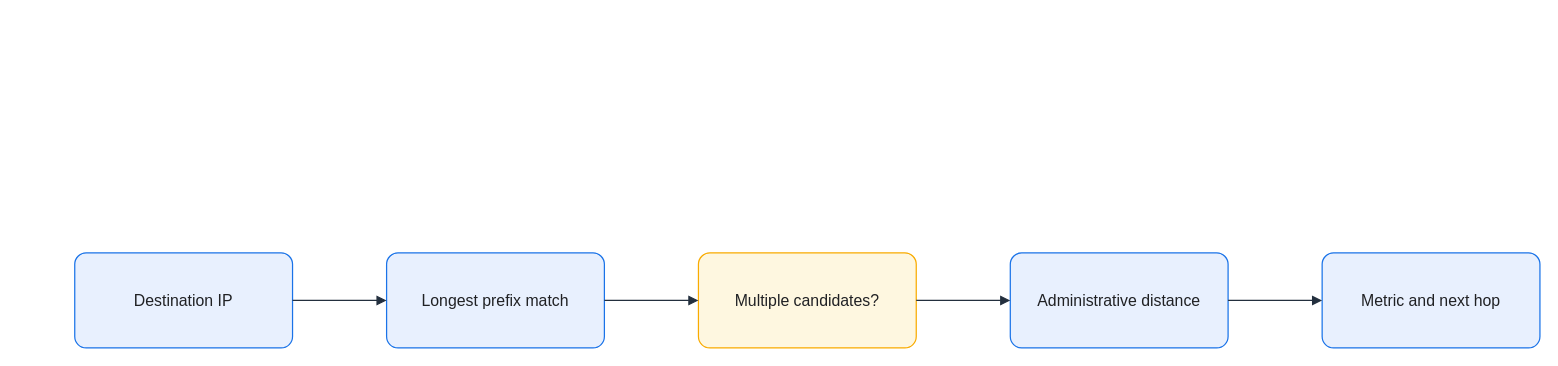
The draw.io diagram assets/img/network/route-selection-order.drawio in KKamJi98/kkamji98.github.io, before the edit. Source tidied: cells renumbered, new cells numbered last; positions are measured from the earlier drawing's top-left corner, leaving out a move shared by most shapes. Both pictures are drawn from the tidied source at 99%, with x=0, y=0 at pixel (74, 252).
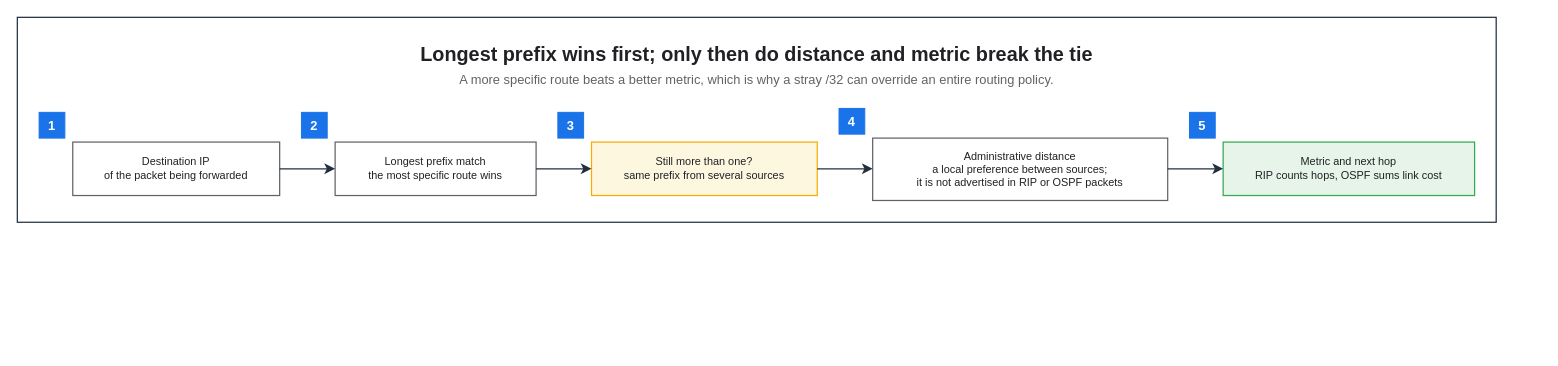
After the change.

Diff of the diagram source:
```diff
@@
 <mxGraphModel background="#FFFFFF">
   <root>
     <mxCell id="0" />
     <mxCell id="1" parent="0" />
-    <mxCell id="2" value="Destination IP" style="rounded=1;arcSize=12;whiteSpace=wrap;html=0;fillColor=#E8F0FE;strokeColor=#1A73E8;strokeWidth=1.25;fontColor=#202124;fontSize=16;align=center;verticalAlign=middle;spacing=8;shadow=0;" parent="1" vertex="1">
-      <mxGeometry width="220" height="96" as="geometry" />
-    </mxCell>
-    <mxCell id="3" value="Longest prefix match" style="rounded=1;arcSize=12;whiteSpace=wrap;html=0;fillColor=#E8F0FE;strokeColor=#1A73E8;strokeWidth=1.25;fontColor=#202124;fontSize=16;align=center;verticalAlign=middle;spacing=8;shadow=0;" parent="1" vertex="1">
-      <mxGeometry x="315" width="220" height="96" as="geometry" />
-    </mxCell>
-    <mxCell id="4" value="Multiple candidates?" style="rounded=1;arcSize=12;whiteSpace=wrap;html=0;fillColor=#FEF7E0;strokeColor=#F9AB00;strokeWidth=1.25;fontColor=#202124;fontSize=16;align=center;verticalAlign=middle;spacing=8;shadow=0;" parent="1" vertex="1">
-      <mxGeometry x="630" width="220" height="96" as="geometry" />
-    </mxCell>
-    <mxCell id="5" value="Administrative distance" style="rounded=1;arcSize=12;whiteSpace=wrap;html=0;fillColor=#E8F0FE;strokeColor=#1A73E8;strokeWidth=1.25;fontColor=#202124;fontSize=16;align=center;verticalAlign=middle;spacing=8;shadow=0;" parent="1" vertex="1">
-      <mxGeometry x="945" width="220" height="96" as="geometry" />
-    </mxCell>
-    <mxCell id="6" value="Metric and next hop" style="rounded=1;arcSize=12;whiteSpace=wrap;html=0;fillColor=#E8F0FE;strokeColor=#1A73E8;strokeWidth=1.25;fontColor=#202124;fontSize=16;align=center;verticalAlign=middle;spacing=8;shadow=0;" parent="1" vertex="1">
-      <mxGeometry x="1260" width="220" height="96" as="geometry" />
-    </mxCell>
-    <mxCell id="7" style="edgeStyle=orthogonalEdgeStyle;rounded=0;jettySize=auto;html=0;endArrow=block;endFill=1;strokeColor=#232F3E;strokeWidth=1.25;fontColor=#202124;labelBackgroundColor=none;exitX=1;exitY=0.5;exitDx=0;exitDy=0;entryX=0;entryY=0.5;entryDx=0;entryDy=0;endSize=7;" parent="1" edge="1" source="2" target="3">
-      <mxGeometry relative="1" as="geometry" />
-    </mxCell>
-    <mxCell id="8" style="edgeStyle=orthogonalEdgeStyle;rounded=0;jettySize=auto;html=0;endArrow=block;endFill=1;strokeColor=#232F3E;strokeWidth=1.25;fontColor=#202124;labelBackgroundColor=none;exitX=1;exitY=0.5;exitDx=0;exitDy=0;entryX=0;entryY=0.5;entryDx=0;entryDy=0;endSize=7;" parent="1" edge="1" source="3" target="4">
-      <mxGeometry relative="1" as="geometry" />
-    </mxCell>
-    <mxCell id="9" style="edgeStyle=orthogonalEdgeStyle;rounded=0;jettySize=auto;html=0;endArrow=block;endFill=1;strokeColor=#232F3E;strokeWidth=1.25;fontColor=#202124;labelBackgroundColor=none;exitX=1;exitY=0.5;exitDx=0;exitDy=0;entryX=0;entryY=0.5;entryDx=0;entryDy=0;endSize=7;" parent="1" edge="1" source="4" target="5">
-      <mxGeometry relative="1" as="geometry" />
-    </mxCell>
-    <mxCell id="10" style="edgeStyle=orthogonalEdgeStyle;rounded=0;jettySize=auto;html=0;endArrow=block;endFill=1;strokeColor=#232F3E;strokeWidth=1.25;fontColor=#202124;labelBackgroundColor=none;exitX=1;exitY=0.5;exitDx=0;exitDy=0;entryX=0;entryY=0.5;entryDx=0;entryDy=0;endSize=7;" parent="1" edge="1" source="5" target="6">
-      <mxGeometry relative="1" as="geometry" />
-    </mxCell>
+    <mxCell id="11" style="rounded=0;html=0;fillColor=none;strokeColor=#232F3E;fontColor=#202124;strokeWidth=1.25;" parent="1" vertex="1">
+      <mxGeometry x="-58" y="-238" width="1493.8" height="207" as="geometry" />
+    </mxCell>
+    <mxCell id="12" value="Longest prefix wins first; only then do distance and metric break the tie" style="text;html=0;whiteSpace=wrap;fillColor=none;strokeColor=none;fontColor=#202124;fontSize=20;fontStyle=1;align=center;verticalAlign=middle;" parent="1" vertex="1">
+      <mxGeometry x="-36" y="-216" width="1449.8" height="30" as="geometry" />
+    </mxCell>
+    <mxCell id="13" value="A more specific route beats a better metric, which is why a stray /32 can override an entire routing policy." style="text;html=0;whiteSpace=wrap;fillColor=none;strokeColor=none;fontColor=#5F6368;fontSize=13;fontStyle=0;align=center;verticalAlign=middle;" parent="1" vertex="1">
+      <mxGeometry x="-36" y="-186" width="1449.8" height="22" as="geometry" />
+    </mxCell>
+    <mxCell id="14" value="Destination IP&#10;of the packet being forwarded" style="rounded=0;whiteSpace=wrap;html=0;fillColor=#FFFFFF;strokeColor=#5F6368;fontColor=#202124;fontSize=11;fontStyle=0;align=center;verticalAlign=middle;spacingLeft=6;spacingRight=6;strokeWidth=1.25;" parent="1" vertex="1">
+      <mxGeometry x="-2" y="-112" width="209" height="54" as="geometry" />
+    </mxCell>
+    <mxCell id="15" value="Longest prefix match&#10;the most specific route wins" style="rounded=0;whiteSpace=wrap;html=0;fillColor=#FFFFFF;strokeColor=#5F6368;fontColor=#202124;fontSize=11;fontStyle=0;align=center;verticalAlign=middle;spacingLeft=6;spacingRight=6;strokeWidth=1.25;" parent="1" vertex="1">
+      <mxGeometry x="263" y="-112" width="203" height="54" as="geometry" />
+    </mxCell>
+    <mxCell id="16" value="Still more than one?&#10;same prefix from several sources" style="rounded=0;whiteSpace=wrap;html=0;fillColor=#FEF7E0;strokeColor=#F9AB00;fontColor=#202124;fontSize=11;fontStyle=0;align=center;verticalAlign=middle;spacingLeft=6;spacingRight=6;strokeWidth=1.25;" parent="1" vertex="1">
+      <mxGeometry x="522" y="-112" width="228" height="54" as="geometry" />
+    </mxCell>
+    <mxCell id="17" value="Administrative distance&#10;a local preference between sources;&#10;it is not advertised in RIP or OSPF packets" style="rounded=0;whiteSpace=wrap;html=0;fillColor=#FFFFFF;strokeColor=#5F6368;fontColor=#202124;fontSize=11;fontStyle=0;align=center;verticalAlign=middle;spacingLeft=6;spacingRight=6;strokeWidth=1.25;" parent="1" vertex="1">
+      <mxGeometry x="806" y="-116" width="298" height="63" as="geometry" />
+    </mxCell>
+    <mxCell id="18" value="Metric and next hop&#10;RIP counts hops, OSPF sums link cost" style="rounded=0;whiteSpace=wrap;html=0;fillColor=#E6F4EA;strokeColor=#34A853;fontColor=#202124;fontSize=11;fontStyle=0;align=center;verticalAlign=middle;spacingLeft=6;spacingRight=6;strokeWidth=1.25;" parent="1" vertex="1">
+      <mxGeometry x="1160" y="-112" width="254" height="54" as="geometry" />
+    </mxCell>
+    <mxCell id="19" value="1" style="rounded=0;whiteSpace=wrap;html=0;fillColor=#1A73E8;strokeColor=#1A73E8;fontColor=#FFFFFF;fontSize=13;fontStyle=1;align=center;verticalAlign=middle;" parent="1" vertex="1">
+      <mxGeometry x="-36" y="-142" width="26" height="26" as="geometry" />
+    </mxCell>
+    <mxCell id="20" value="2" style="rounded=0;whiteSpace=wrap;html=0;fillColor=#1A73E8;strokeColor=#1A73E8;fontColor=#FFFFFF;fontSize=13;fontStyle=1;align=center;verticalAlign=middle;" parent="1" vertex="1">
+      <mxGeometry x="229" y="-142" width="26" height="26" as="geometry" />
+    </mxCell>
+    <mxCell id="21" value="3" style="rounded=0;whiteSpace=wrap;html=0;fillColor=#1A73E8;strokeColor=#1A73E8;fontColor=#FFFFFF;fontSize=13;fontStyle=1;align=center;verticalAlign=middle;" parent="1" vertex="1">
+      <mxGeometry x="488" y="-142" width="26" height="26" as="geometry" />
+    </mxCell>
+    <mxCell id="22" value="4" style="rounded=0;whiteSpace=wrap;html=0;fillColor=#1A73E8;strokeColor=#1A73E8;fontColor=#FFFFFF;fontSize=13;fontStyle=1;align=center;verticalAlign=middle;" parent="1" vertex="1">
+      <mxGeometry x="772" y="-146" width="26" height="26" as="geometry" />
+    </mxCell>
+    <mxCell id="23" value="5" style="rounded=0;whiteSpace=wrap;html=0;fillColor=#1A73E8;strokeColor=#1A73E8;fontColor=#FFFFFF;fontSize=13;fontStyle=1;align=center;verticalAlign=middle;" parent="1" vertex="1">
+      <mxGeometry x="1126" y="-142" width="26" height="26" as="geometry" />
+    </mxCell>
+    <mxCell id="24" style="edgeStyle=orthogonalEdgeStyle;rounded=0;html=0;strokeColor=#232F3E;strokeWidth=1.25;endArrow=classic;endFill=1;endSize=7;fontSize=11;fontColor=#202124;labelBackgroundColor=none;jettySize=14;exitX=1;exitY=0.5;entryX=0;entryY=0.5;exitDx=0;exitDy=0;entryDx=0;entryDy=0;" parent="1" edge="1" source="14" target="15">
+      <mxGeometry relative="1" as="geometry" />
+    </mxCell>
+    <mxCell id="25" style="edgeStyle=orthogonalEdgeStyle;rounded=0;html=0;strokeColor=#232F3E;strokeWidth=1.25;endArrow=classic;endFill=1;endSize=7;fontSize=11;fontColor=#202124;labelBackgroundColor=none;jettySize=14;exitX=1;exitY=0.5;entryX=0;entryY=0.5;exitDx=0;exitDy=0;entryDx=0;entryDy=0;" parent="1" edge="1" source="15" target="16">
+      <mxGeometry relative="1" as="geometry" />
+    </mxCell>
+    <mxCell id="26" style="edgeStyle=orthogonalEdgeStyle;rounded=0;html=0;strokeColor=#232F3E;strokeWidth=1.25;endArrow=classic;endFill=1;endSize=7;fontSize=11;fontColor=#202124;labelBackgroundColor=none;jettySize=14;exitX=1;exitY=0.5;entryX=0;entryY=0.4921;exitDx=0;exitDy=0;entryDx=0;entryDy=0;" parent="1" edge="1" source="16" target="17">
+      <mxGeometry relative="1" as="geometry" />
+    </mxCell>
+    <mxCell id="27" style="edgeStyle=orthogonalEdgeStyle;rounded=0;html=0;strokeColor=#232F3E;strokeWidth=1.25;endArrow=classic;endFill=1;endSize=7;fontSize=11;fontColor=#202124;labelBackgroundColor=none;jettySize=14;exitX=1;exitY=0.4921;entryX=0;entryY=0.5;exitDx=0;exitDy=0;entryDx=0;entryDy=0;" parent="1" edge="1" source="17" target="18">
+      <mxGeometry relative="1" as="geometry" />
+    </mxCell>
   </root>
 </mxGraphModel>
```
